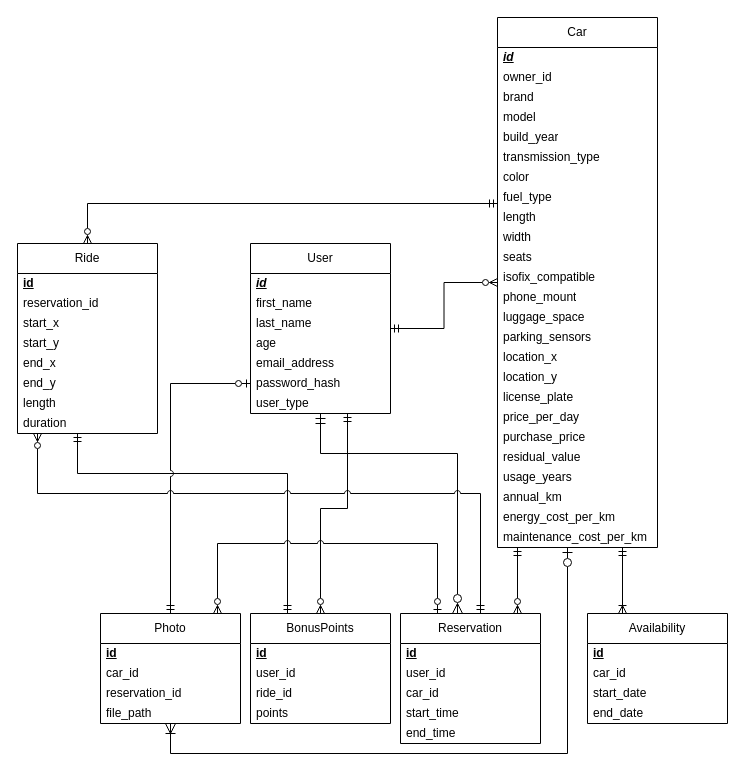
Before: documents/ERD/LEAFCAR-ERD.drawio in RubenLeenknegt/JoyRide-API, a draw.io diagram. Source tidied: cells renumbered, new cells numbered last; positions are measured from the earlier drawing's top-left corner, leaving out a move shared by most shapes. Both pictures are drawn from the tidied source at 100%, with x=0, y=0 at pixel (17, 17).
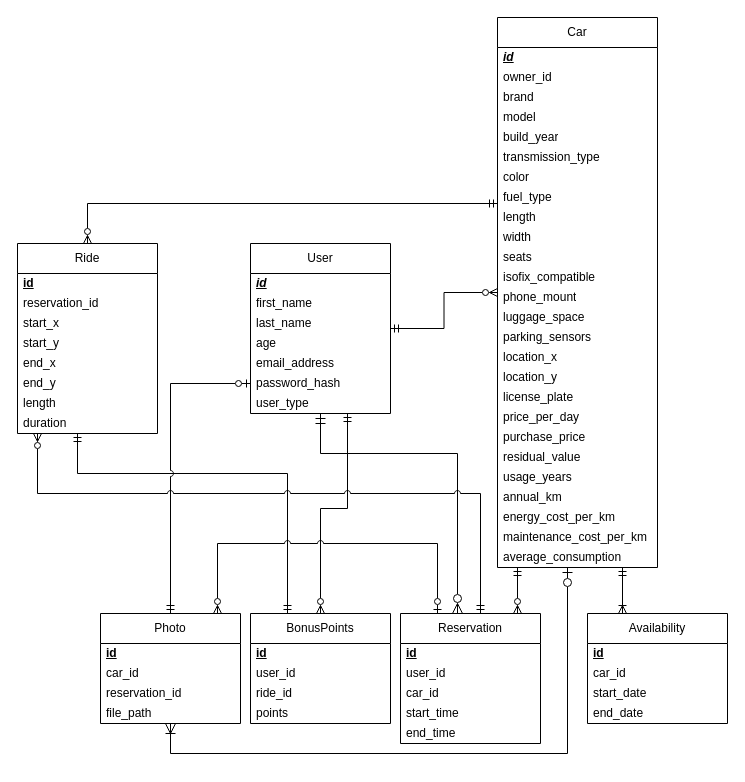
After the change.

Diff of the diagram source:
```diff
@@
     <mxCell id="38" value="Car" style="swimlane;fontStyle=0;horizontal=1;startSize=30;whiteSpace=wrap;html=1;" parent="1" vertex="1">
-      <mxGeometry x="480" width="160" height="530" as="geometry" />
+      <mxGeometry x="480" width="160" height="550" as="geometry" />
     </mxCell>
@@
+    <mxCell id="77" value="average_consumption" style="text;strokeColor=none;fillColor=none;align=left;verticalAlign=middle;spacingLeft=4;spacingRight=4;overflow=hidden;whiteSpace=wrap;html=1;" parent="38" vertex="1">
+      <mxGeometry y="530" width="160" height="20" as="geometry" />
+    </mxCell>
```
